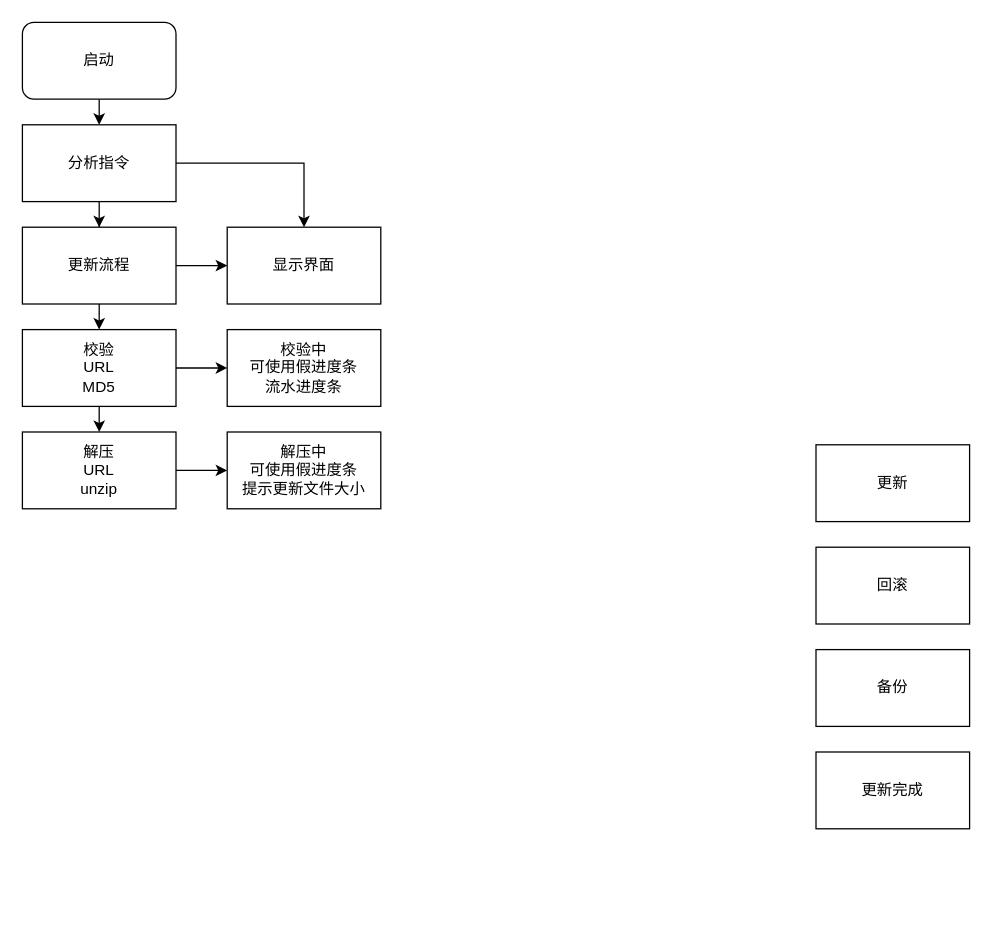
luyaobin/drawDocs keeps this draw.io diagram as Untitled Diagram.drawio. Above is the earlier version. Source tidied: cells renumbered, new cells numbered last; positions are measured from the earlier drawing's top-left corner, leaving out a move shared by most shapes. Both pictures are drawn from the tidied source at 128%, with x=0, y=0 at pixel (22, 22).
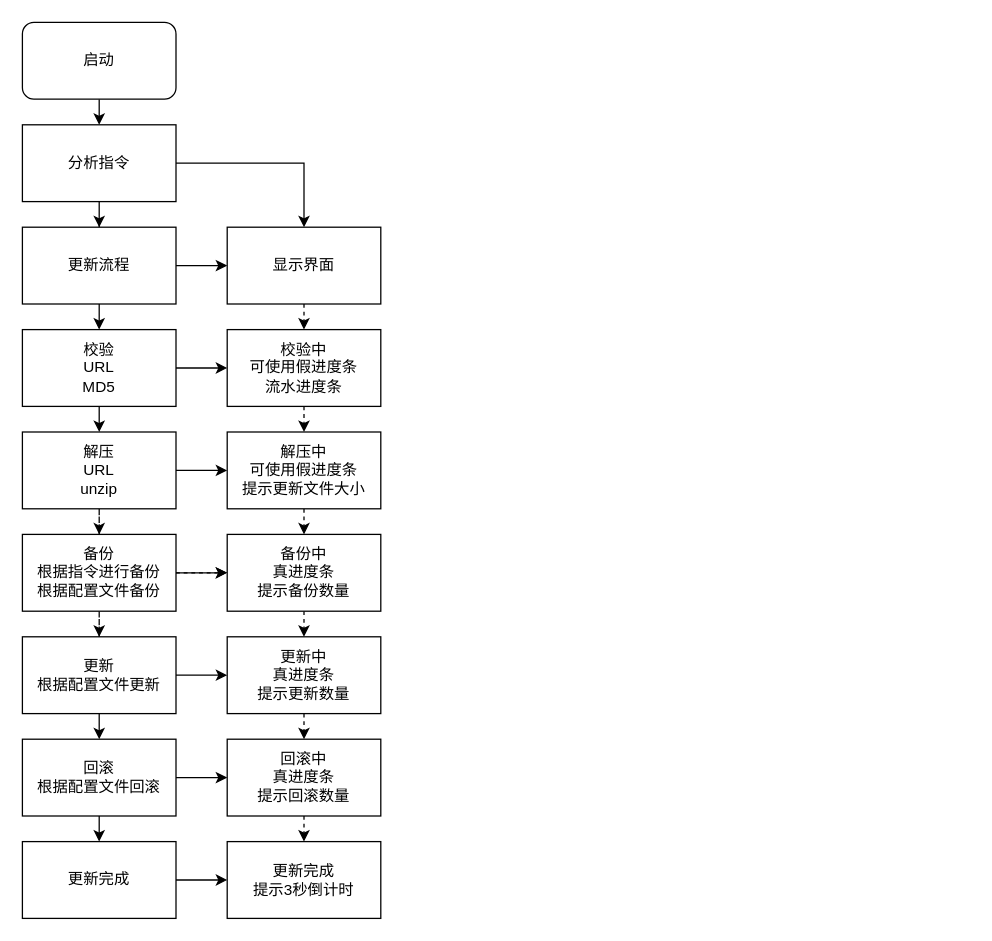
The same page after the edit.

Unchanged cells that the change refers to:
```xml
<mxCell id="3" value="解压&lt;br&gt;URL&lt;br&gt;unzip" style="rounded=0;whiteSpace=wrap;html=1;" parent="1" vertex="1">
  <mxGeometry y="320" width="120" height="60" as="geometry" />
</mxCell>
<mxCell id="13" value="显示界面" style="rounded=0;whiteSpace=wrap;html=1;" parent="1" vertex="1">
  <mxGeometry x="160" y="160" width="120" height="60" as="geometry" />
</mxCell>
<mxCell id="20" value="校验中&lt;br&gt;可使用假进度条&lt;br&gt;流水进度条" style="rounded=0;whiteSpace=wrap;html=1;" parent="1" vertex="1">
  <mxGeometry x="160" y="240" width="120" height="60" as="geometry" />
</mxCell>
<mxCell id="21" value="解压中&lt;br&gt;可使用假进度条&lt;br&gt;提示更新文件大小" style="rounded=0;whiteSpace=wrap;html=1;" parent="1" vertex="1">
  <mxGeometry x="160" y="320" width="120" height="60" as="geometry" />
</mxCell>
```

What changed in the source:
```diff
@@
+    <mxCell id="22" style="edgeStyle=orthogonalEdgeStyle;rounded=0;jettySize=auto;html=1;exitX=0.5;exitY=1;exitDx=0;exitDy=0;dashed=1;" parent="1" edge="1" source="3" target="6">
+      <mxGeometry relative="1" as="geometry" />
+    </mxCell>
@@
+    <mxCell id="23" style="edgeStyle=orthogonalEdgeStyle;rounded=0;jettySize=auto;html=1;exitX=0.5;exitY=1;exitDx=0;exitDy=0;entryX=0.5;entryY=0;entryDx=0;entryDy=0;" parent="1" edge="1" source="4" target="5">
+      <mxGeometry relative="1" as="geometry" />
+    </mxCell>
+    <mxCell id="24" style="edgeStyle=orthogonalEdgeStyle;rounded=0;jettySize=auto;html=1;exitX=1;exitY=0.5;exitDx=0;exitDy=0;" parent="1" edge="1" source="4" target="37">
+      <mxGeometry relative="1" as="geometry" />
+    </mxCell>
-    <mxCell id="4" value="更新" style="rounded=0;whiteSpace=wrap;html=1;" parent="1" vertex="1">
-      <mxGeometry x="620" y="330" width="120" height="60" as="geometry" />
+    <mxCell id="4" value="更新&lt;br&gt;根据配置文件更新" style="rounded=0;whiteSpace=wrap;html=1;" parent="1" vertex="1">
+      <mxGeometry y="480" width="120" height="60" as="geometry" />
     </mxCell>
+    <mxCell id="25" style="edgeStyle=orthogonalEdgeStyle;rounded=0;jettySize=auto;html=1;exitX=0.5;exitY=1;exitDx=0;exitDy=0;entryX=0.5;entryY=0;entryDx=0;entryDy=0;" parent="1" edge="1" source="5" target="7">
+      <mxGeometry relative="1" as="geometry" />
+    </mxCell>
+    <mxCell id="26" style="edgeStyle=orthogonalEdgeStyle;rounded=0;jettySize=auto;html=1;exitX=1;exitY=0.5;exitDx=0;exitDy=0;entryX=0;entryY=0.5;entryDx=0;entryDy=0;" parent="1" edge="1" source="5" target="39">
+      <mxGeometry relative="1" as="geometry" />
+    </mxCell>
-    <mxCell id="5" value="回滚" style="rounded=0;whiteSpace=wrap;html=1;" parent="1" vertex="1">
-      <mxGeometry x="620" y="410" width="120" height="60" as="geometry" />
+    <mxCell id="5" value="回滚&lt;br&gt;根据配置文件回滚" style="rounded=0;whiteSpace=wrap;html=1;" parent="1" vertex="1">
+      <mxGeometry y="560" width="120" height="60" as="geometry" />
     </mxCell>
+    <mxCell id="27" style="edgeStyle=orthogonalEdgeStyle;rounded=0;jettySize=auto;html=1;exitX=1;exitY=0.5;exitDx=0;exitDy=0;dashed=1;" parent="1" edge="1" source="6" target="35">
+      <mxGeometry relative="1" as="geometry" />
+    </mxCell>
+    <mxCell id="28" style="edgeStyle=orthogonalEdgeStyle;rounded=0;jettySize=auto;html=1;" parent="1" edge="1" source="6" target="35">
+      <mxGeometry relative="1" as="geometry" />
+    </mxCell>
+    <mxCell id="29" style="edgeStyle=orthogonalEdgeStyle;rounded=0;jettySize=auto;html=1;exitX=0.5;exitY=1;exitDx=0;exitDy=0;dashed=1;" parent="1" edge="1" source="6" target="4">
+      <mxGeometry relative="1" as="geometry" />
+    </mxCell>
-    <mxCell id="6" value="备份" style="rounded=0;whiteSpace=wrap;html=1;" parent="1" vertex="1">
-      <mxGeometry x="620" y="490" width="120" height="60" as="geometry" />
+    <mxCell id="6" value="备份&lt;br&gt;根据指令进行备份&lt;br&gt;根据配置文件备份" style="rounded=0;whiteSpace=wrap;html=1;" parent="1" vertex="1">
+      <mxGeometry y="400" width="120" height="60" as="geometry" />
     </mxCell>
+    <mxCell id="30" style="edgeStyle=orthogonalEdgeStyle;rounded=0;jettySize=auto;html=1;exitX=1;exitY=0.5;exitDx=0;exitDy=0;" parent="1" edge="1" source="7" target="40">
+      <mxGeometry relative="1" as="geometry" />
+    </mxCell>
     <mxCell id="7" value="更新完成" style="rounded=0;whiteSpace=wrap;html=1;" parent="1" vertex="1">
-      <mxGeometry x="620" y="570" width="120" height="60" as="geometry" />
+      <mxGeometry y="640" width="120" height="60" as="geometry" />
     </mxCell>
@@
+    <mxCell id="31" style="edgeStyle=orthogonalEdgeStyle;rounded=0;jettySize=auto;html=1;exitX=0.5;exitY=1;exitDx=0;exitDy=0;entryX=0.5;entryY=0;entryDx=0;entryDy=0;dashed=1;" parent="1" edge="1" source="13" target="20">
+      <mxGeometry relative="1" as="geometry" />
+    </mxCell>
@@
+    <mxCell id="32" style="edgeStyle=orthogonalEdgeStyle;rounded=0;jettySize=auto;html=1;exitX=0.5;exitY=1;exitDx=0;exitDy=0;entryX=0.5;entryY=0;entryDx=0;entryDy=0;dashed=1;" parent="1" edge="1" source="20" target="21">
+      <mxGeometry relative="1" as="geometry" />
+    </mxCell>
@@
+    <mxCell id="33" style="edgeStyle=orthogonalEdgeStyle;rounded=0;jettySize=auto;html=1;exitX=0.5;exitY=1;exitDx=0;exitDy=0;entryX=0.5;entryY=0;entryDx=0;entryDy=0;dashed=1;" parent="1" edge="1" source="21" target="35">
+      <mxGeometry relative="1" as="geometry" />
+    </mxCell>
@@
+    <mxCell id="34" style="edgeStyle=orthogonalEdgeStyle;rounded=0;jettySize=auto;html=1;exitX=0.5;exitY=1;exitDx=0;exitDy=0;entryX=0.5;entryY=0;entryDx=0;entryDy=0;dashed=1;" parent="1" edge="1" source="35" target="37">
+      <mxGeometry relative="1" as="geometry" />
+    </mxCell>
+    <mxCell id="35" value="备份中&lt;br&gt;真进度条&lt;br&gt;提示备份数量" style="rounded=0;whiteSpace=wrap;html=1;" parent="1" vertex="1">
+      <mxGeometry x="160" y="400" width="120" height="60" as="geometry" />
+    </mxCell>
+    <mxCell id="36" style="edgeStyle=orthogonalEdgeStyle;rounded=0;jettySize=auto;html=1;exitX=0.5;exitY=1;exitDx=0;exitDy=0;entryX=0.5;entryY=0;entryDx=0;entryDy=0;dashed=1;" parent="1" edge="1" source="37" target="39">
+      <mxGeometry relative="1" as="geometry" />
+    </mxCell>
+    <mxCell id="37" value="更新中&lt;br&gt;真进度条&lt;br&gt;提示更新数量" style="rounded=0;whiteSpace=wrap;html=1;" parent="1" vertex="1">
+      <mxGeometry x="160" y="480" width="120" height="60" as="geometry" />
+    </mxCell>
+    <mxCell id="38" style="edgeStyle=orthogonalEdgeStyle;rounded=0;jettySize=auto;html=1;exitX=0.5;exitY=1;exitDx=0;exitDy=0;entryX=0.5;entryY=0;entryDx=0;entryDy=0;dashed=1;" parent="1" edge="1" source="39" target="40">
+      <mxGeometry relative="1" as="geometry" />
+    </mxCell>
+    <mxCell id="39" value="&lt;span style=&quot;white-space: normal&quot;&gt;回滚中&lt;/span&gt;&lt;br style=&quot;white-space: normal&quot;&gt;&lt;span style=&quot;white-space: normal&quot;&gt;真进度条&lt;/span&gt;&lt;br style=&quot;white-space: normal&quot;&gt;&lt;span style=&quot;white-space: normal&quot;&gt;提示回滚数量&lt;/span&gt;" style="rounded=0;whiteSpace=wrap;html=1;" parent="1" vertex="1">
+      <mxGeometry x="160" y="560" width="120" height="60" as="geometry" />
+    </mxCell>
+    <mxCell id="40" value="更新完成&lt;br&gt;提示3秒倒计时" style="rounded=0;whiteSpace=wrap;html=1;" parent="1" vertex="1">
+      <mxGeometry x="160" y="640" width="120" height="60" as="geometry" />
+    </mxCell>
```
